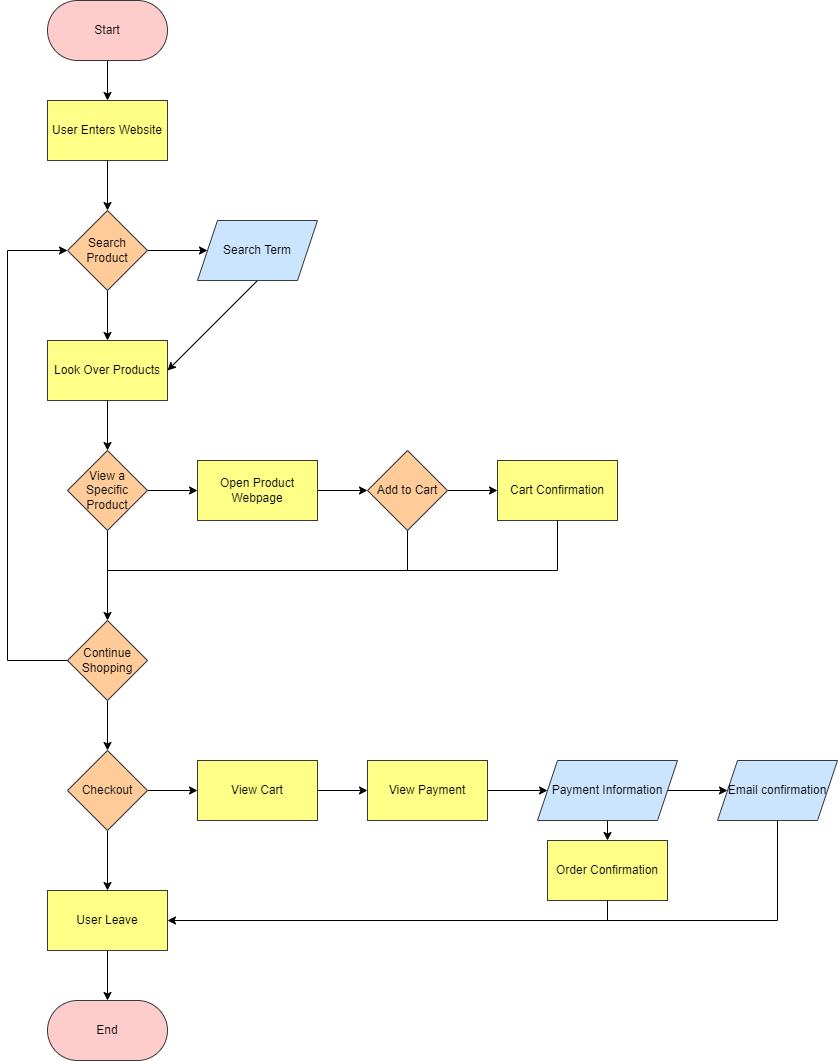
Above: explore/diagramming/diagram.drawio.png in Low3arth0rbit/sp23-cse110-lab4 (draw.io), before the change. Source tidied: cells renumbered, new cells last; positions are measured from the earlier drawing's top-left corner, leaving out a move shared by most shapes. Its diagram source:
```xml
<mxGraphModel>
  <root>
    <mxCell id="0" />
    <mxCell id="1" parent="0" />
    <mxCell id="2" style="edgeStyle=none;html=1;fontColor=#000000;" parent="1" edge="1" source="3" target="5">
      <mxGeometry relative="1" as="geometry" />
    </mxCell>
    <mxCell id="3" value="Start" style="rounded=1;whiteSpace=wrap;html=1;arcSize=50;fillColor=#ffcccc;strokeColor=#36393d;fontColor=#000000;" parent="1" vertex="1">
      <mxGeometry x="40" width="120" height="60" as="geometry" />
    </mxCell>
    <mxCell id="4" style="edgeStyle=none;html=1;exitX=0.5;exitY=1;exitDx=0;exitDy=0;entryX=0.5;entryY=0;entryDx=0;entryDy=0;fontColor=#000000;" parent="1" edge="1" source="5" target="10">
      <mxGeometry relative="1" as="geometry" />
    </mxCell>
    <mxCell id="5" value="User Enters Website" style="rounded=0;whiteSpace=wrap;html=1;fillColor=#ffff88;strokeColor=#36393d;fontColor=#000000;" parent="1" vertex="1">
      <mxGeometry x="40" y="100" width="120" height="60" as="geometry" />
    </mxCell>
    <mxCell id="6" style="edgeStyle=none;html=1;exitX=1;exitY=0.5;exitDx=0;exitDy=0;entryX=0;entryY=0.5;entryDx=0;entryDy=0;fontColor=#000000;" parent="1" edge="1" source="10" target="12">
      <mxGeometry relative="1" as="geometry" />
    </mxCell>
    <mxCell id="7" value="Yes" style="edgeLabel;html=1;align=center;verticalAlign=middle;fontColor=#FFFFFF;" parent="6" vertex="1">
      <mxGeometry x="-0.33" y="-2" relative="1" as="geometry">
        <mxPoint y="-12" as="offset" />
      </mxGeometry>
    </mxCell>
    <mxCell id="8" style="edgeStyle=none;html=1;exitX=0.5;exitY=1;exitDx=0;exitDy=0;entryX=0.5;entryY=0;entryDx=0;entryDy=0;fontColor=#000000;" parent="1" edge="1" source="10" target="14">
      <mxGeometry relative="1" as="geometry" />
    </mxCell>
    <mxCell id="9" value="No" style="edgeLabel;html=1;align=center;verticalAlign=middle;fontColor=#FFFFFF;" parent="8" vertex="1">
      <mxGeometry x="0.44" relative="1" as="geometry">
        <mxPoint x="10" y="-16" as="offset" />
      </mxGeometry>
    </mxCell>
    <mxCell id="10" value="Search Product" style="rhombus;whiteSpace=wrap;html=1;fillColor=#ffcc99;strokeColor=#36393d;fontColor=#000000;" parent="1" vertex="1">
      <mxGeometry x="60" y="210" width="80" height="80" as="geometry" />
    </mxCell>
    <mxCell id="11" style="edgeStyle=none;html=1;exitX=0.5;exitY=1;exitDx=0;exitDy=0;entryX=1;entryY=0.5;entryDx=0;entryDy=0;fontColor=#000000;" parent="1" edge="1" source="12" target="14">
      <mxGeometry relative="1" as="geometry" />
    </mxCell>
    <mxCell id="12" value="Search Term" style="shape=parallelogram;perimeter=parallelogramPerimeter;whiteSpace=wrap;html=1;fixedSize=1;fillColor=#cce5ff;strokeColor=#36393d;fontColor=#000000;" parent="1" vertex="1">
      <mxGeometry x="190" y="220" width="120" height="60" as="geometry" />
    </mxCell>
    <mxCell id="13" style="edgeStyle=none;html=1;exitX=0.5;exitY=1;exitDx=0;exitDy=0;entryX=0.5;entryY=0;entryDx=0;entryDy=0;fontColor=#000000;" parent="1" edge="1" source="14" target="19">
      <mxGeometry relative="1" as="geometry" />
    </mxCell>
    <mxCell id="14" value="Look Over Products" style="rounded=0;whiteSpace=wrap;html=1;fillColor=#ffff88;strokeColor=#36393d;fontColor=#000000;" parent="1" vertex="1">
      <mxGeometry x="40" y="340" width="120" height="60" as="geometry" />
    </mxCell>
    <mxCell id="15" style="edgeStyle=none;html=1;entryX=0;entryY=0.5;entryDx=0;entryDy=0;fontColor=#000000;" parent="1" edge="1" source="19" target="24">
      <mxGeometry relative="1" as="geometry" />
    </mxCell>
    <mxCell id="16" value="Yes" style="edgeLabel;html=1;align=center;verticalAlign=middle;fontColor=#FFFFFF;" parent="15" vertex="1">
      <mxGeometry x="0.44" relative="1" as="geometry">
        <mxPoint x="-16" y="-10" as="offset" />
      </mxGeometry>
    </mxCell>
    <mxCell id="17" style="edgeStyle=none;html=1;entryX=0.5;entryY=0;entryDx=0;entryDy=0;fontColor=#000000;" parent="1" edge="1" source="19" target="27">
      <mxGeometry relative="1" as="geometry" />
    </mxCell>
    <mxCell id="18" value="No" style="edgeLabel;html=1;align=center;verticalAlign=middle;fontColor=#FFFFFF;" parent="17" vertex="1">
      <mxGeometry x="0.48" relative="1" as="geometry">
        <mxPoint x="10" y="-17" as="offset" />
      </mxGeometry>
    </mxCell>
    <mxCell id="19" value="View a Specific Product" style="rhombus;whiteSpace=wrap;html=1;fillColor=#ffcc99;strokeColor=#36393d;fontColor=#000000;" parent="1" vertex="1">
      <mxGeometry x="60" y="450" width="80" height="80" as="geometry" />
    </mxCell>
    <mxCell id="20" style="edgeStyle=none;html=1;entryX=0;entryY=0.5;entryDx=0;entryDy=0;fontColor=#000000;" parent="1" edge="1" source="22" target="28">
      <mxGeometry relative="1" as="geometry" />
    </mxCell>
    <mxCell id="21" value="Yes" style="edgeLabel;html=1;align=center;verticalAlign=middle;fontColor=#FFFFFF;" parent="20" vertex="1">
      <mxGeometry x="0.44" y="-1" relative="1" as="geometry">
        <mxPoint x="-16" y="-11" as="offset" />
      </mxGeometry>
    </mxCell>
    <mxCell id="22" value="Add to Cart" style="rhombus;whiteSpace=wrap;html=1;fillColor=#ffcc99;strokeColor=#36393d;fontColor=#000000;" parent="1" vertex="1">
      <mxGeometry x="360" y="450" width="80" height="80" as="geometry" />
    </mxCell>
    <mxCell id="23" style="edgeStyle=none;html=1;entryX=0;entryY=0.5;entryDx=0;entryDy=0;fontColor=#000000;" parent="1" edge="1" source="24" target="22">
      <mxGeometry relative="1" as="geometry" />
    </mxCell>
    <mxCell id="24" value="Open Product Webpage" style="rounded=0;whiteSpace=wrap;html=1;fillColor=#ffff88;strokeColor=#36393d;fontColor=#000000;" parent="1" vertex="1">
      <mxGeometry x="190" y="460" width="120" height="60" as="geometry" />
    </mxCell>
    <mxCell id="25" style="edgeStyle=none;html=1;entryX=0.5;entryY=0;entryDx=0;entryDy=0;fontColor=#000000;" parent="1" edge="1" source="27" target="42">
      <mxGeometry relative="1" as="geometry" />
    </mxCell>
    <mxCell id="26" value="No" style="edgeLabel;html=1;align=center;verticalAlign=middle;fontColor=#FFFFFF;" parent="25" vertex="1">
      <mxGeometry x="-0.37" y="-1" relative="1" as="geometry">
        <mxPoint x="11" y="4" as="offset" />
      </mxGeometry>
    </mxCell>
    <mxCell id="27" value="Continue Shopping" style="rhombus;whiteSpace=wrap;html=1;fillColor=#ffcc99;strokeColor=#36393d;fontColor=#000000;" parent="1" vertex="1">
      <mxGeometry x="60" y="620" width="80" height="80" as="geometry" />
    </mxCell>
    <mxCell id="28" value="Cart Confirmation" style="rounded=0;whiteSpace=wrap;html=1;fillColor=#ffff88;strokeColor=#36393d;fontColor=#000000;" parent="1" vertex="1">
      <mxGeometry x="490" y="460" width="120" height="60" as="geometry" />
    </mxCell>
    <mxCell id="29" style="endArrow=none;html=1;fontColor=#000000;" parent="1" edge="1">
      <mxGeometry relative="1" as="geometry">
        <mxPoint x="400" y="570" as="sourcePoint" />
        <mxPoint x="400" y="530" as="targetPoint" />
      </mxGeometry>
    </mxCell>
    <mxCell id="30" value="No&lt;br&gt;" style="edgeLabel;html=1;align=center;verticalAlign=middle;fontColor=#FFFFFF;" parent="29" vertex="1">
      <mxGeometry x="-0.5" relative="1" as="geometry">
        <mxPoint x="10" y="-10" as="offset" />
      </mxGeometry>
    </mxCell>
    <mxCell id="31" style="endArrow=none;html=1;fontColor=#000000;" parent="1" edge="1">
      <mxGeometry relative="1" as="geometry">
        <mxPoint x="100" y="570" as="sourcePoint" />
        <mxPoint x="400" y="570" as="targetPoint" />
      </mxGeometry>
    </mxCell>
    <mxCell id="32" style="endArrow=none;html=1;entryX=0.5;entryY=1;entryDx=0;entryDy=0;fontColor=#000000;" parent="1" edge="1" target="28">
      <mxGeometry relative="1" as="geometry">
        <mxPoint x="550" y="570" as="sourcePoint" />
      </mxGeometry>
    </mxCell>
    <mxCell id="33" style="endArrow=none;html=1;fontColor=#000000;" parent="1" edge="1">
      <mxGeometry relative="1" as="geometry">
        <mxPoint x="400" y="570" as="sourcePoint" />
        <mxPoint x="550" y="570" as="targetPoint" />
      </mxGeometry>
    </mxCell>
    <mxCell id="34" style="endArrow=none;html=1;entryX=0;entryY=0.5;entryDx=0;entryDy=0;fontColor=#000000;" parent="1" edge="1" target="27">
      <mxGeometry relative="1" as="geometry">
        <mxPoint y="660" as="sourcePoint" />
      </mxGeometry>
    </mxCell>
    <mxCell id="35" value="Yes" style="edgeLabel;html=1;align=center;verticalAlign=middle;fontColor=#FFFFFF;" parent="34" vertex="1">
      <mxGeometry x="0.6" y="2" relative="1" as="geometry">
        <mxPoint x="-18" y="-8" as="offset" />
      </mxGeometry>
    </mxCell>
    <mxCell id="36" style="endArrow=none;html=1;fontColor=#000000;" parent="1" edge="1">
      <mxGeometry relative="1" as="geometry">
        <mxPoint y="660" as="sourcePoint" />
        <mxPoint y="250" as="targetPoint" />
      </mxGeometry>
    </mxCell>
    <mxCell id="37" style="endArrow=classic;html=1;entryX=0;entryY=0.5;entryDx=0;entryDy=0;fontColor=#000000;" parent="1" edge="1" target="10">
      <mxGeometry relative="1" as="geometry">
        <mxPoint y="250" as="sourcePoint" />
      </mxGeometry>
    </mxCell>
    <mxCell id="38" style="edgeStyle=none;html=1;entryX=0.5;entryY=0;entryDx=0;entryDy=0;fontColor=#000000;" parent="1" edge="1" source="42" target="44">
      <mxGeometry relative="1" as="geometry" />
    </mxCell>
    <mxCell id="39" value="No" style="edgeLabel;html=1;align=center;verticalAlign=middle;fontColor=#FFFFFF;" parent="38" vertex="1">
      <mxGeometry x="0.4" y="2" relative="1" as="geometry">
        <mxPoint x="8" y="-15" as="offset" />
      </mxGeometry>
    </mxCell>
    <mxCell id="40" style="edgeStyle=none;html=1;exitX=1;exitY=0.5;exitDx=0;exitDy=0;entryX=0;entryY=0.5;entryDx=0;entryDy=0;fontColor=#000000;" parent="1" edge="1" source="42" target="47">
      <mxGeometry relative="1" as="geometry" />
    </mxCell>
    <mxCell id="41" value="Yes" style="edgeLabel;html=1;align=center;verticalAlign=middle;fontColor=#FFFFFF;" parent="40" vertex="1">
      <mxGeometry x="0.4" y="-1" relative="1" as="geometry">
        <mxPoint x="-15" y="-11" as="offset" />
      </mxGeometry>
    </mxCell>
    <mxCell id="42" value="Checkout" style="rhombus;whiteSpace=wrap;html=1;fillColor=#ffcc99;strokeColor=#36393d;fontColor=#000000;" parent="1" vertex="1">
      <mxGeometry x="60" y="750" width="80" height="80" as="geometry" />
    </mxCell>
    <mxCell id="43" style="edgeStyle=none;html=1;exitX=0.5;exitY=1;exitDx=0;exitDy=0;fontColor=#000000;" parent="1" edge="1" source="44" target="45">
      <mxGeometry relative="1" as="geometry" />
    </mxCell>
    <mxCell id="44" value="User Leave" style="rounded=0;whiteSpace=wrap;html=1;fillColor=#ffff88;strokeColor=#36393d;fontColor=#000000;" parent="1" vertex="1">
      <mxGeometry x="40" y="890" width="120" height="60" as="geometry" />
    </mxCell>
    <mxCell id="45" value="End" style="rounded=1;whiteSpace=wrap;html=1;arcSize=50;fillColor=#ffcccc;strokeColor=#36393d;fontColor=#000000;" parent="1" vertex="1">
      <mxGeometry x="40" y="1000" width="120" height="60" as="geometry" />
    </mxCell>
    <mxCell id="46" style="edgeStyle=none;html=1;entryX=0;entryY=0.5;entryDx=0;entryDy=0;fontColor=#000000;" parent="1" edge="1" source="47" target="49">
      <mxGeometry relative="1" as="geometry" />
    </mxCell>
    <mxCell id="47" value="View Cart" style="rounded=0;whiteSpace=wrap;html=1;fillColor=#ffff88;strokeColor=#36393d;fontColor=#000000;" parent="1" vertex="1">
      <mxGeometry x="190" y="760" width="120" height="60" as="geometry" />
    </mxCell>
    <mxCell id="48" style="edgeStyle=none;html=1;entryX=0;entryY=0.5;entryDx=0;entryDy=0;fontColor=#000000;" parent="1" edge="1" source="49" target="52">
      <mxGeometry relative="1" as="geometry" />
    </mxCell>
    <mxCell id="49" value="View Payment" style="rounded=0;whiteSpace=wrap;html=1;fillColor=#ffff88;strokeColor=#36393d;fontColor=#000000;" parent="1" vertex="1">
      <mxGeometry x="360" y="760" width="120" height="60" as="geometry" />
    </mxCell>
    <mxCell id="50" style="edgeStyle=none;html=1;entryX=0.5;entryY=0;entryDx=0;entryDy=0;fontColor=#000000;" parent="1" edge="1" target="53">
      <mxGeometry relative="1" as="geometry">
        <mxPoint x="600" y="820" as="sourcePoint" />
      </mxGeometry>
    </mxCell>
    <mxCell id="51" style="edgeStyle=none;html=1;entryX=0;entryY=0.5;entryDx=0;entryDy=0;fontColor=#000000;" parent="1" edge="1" source="52" target="54">
      <mxGeometry relative="1" as="geometry" />
    </mxCell>
    <mxCell id="52" value="Payment Information" style="shape=parallelogram;perimeter=parallelogramPerimeter;whiteSpace=wrap;html=1;fixedSize=1;fillColor=#cce5ff;strokeColor=#36393d;fontColor=#000000;" parent="1" vertex="1">
      <mxGeometry x="530" y="760" width="140" height="60" as="geometry" />
    </mxCell>
    <mxCell id="53" value="Order Confirmation" style="rounded=0;whiteSpace=wrap;html=1;fillColor=#ffff88;strokeColor=#36393d;fontColor=#000000;" parent="1" vertex="1">
      <mxGeometry x="540" y="840" width="120" height="60" as="geometry" />
    </mxCell>
    <mxCell id="54" value="Email confirmation" style="shape=parallelogram;perimeter=parallelogramPerimeter;whiteSpace=wrap;html=1;fixedSize=1;fillColor=#cce5ff;strokeColor=#36393d;fontColor=#000000;" parent="1" vertex="1">
      <mxGeometry x="710" y="760" width="120" height="60" as="geometry" />
    </mxCell>
    <mxCell id="55" style="endArrow=none;html=1;entryX=0.5;entryY=1;entryDx=0;entryDy=0;fontColor=#000000;" parent="1" edge="1" target="54">
      <mxGeometry relative="1" as="geometry">
        <mxPoint x="770" y="920" as="sourcePoint" />
      </mxGeometry>
    </mxCell>
    <mxCell id="56" style="endArrow=none;html=1;entryX=0.5;entryY=1;entryDx=0;entryDy=0;fontColor=#000000;" parent="1" edge="1" target="53">
      <mxGeometry relative="1" as="geometry">
        <mxPoint x="600" y="920" as="sourcePoint" />
      </mxGeometry>
    </mxCell>
    <mxCell id="57" style="endArrow=classic;html=1;entryX=1;entryY=0.5;entryDx=0;entryDy=0;fontColor=#000000;" parent="1" edge="1" target="44">
      <mxGeometry relative="1" as="geometry">
        <mxPoint x="770" y="920" as="sourcePoint" />
      </mxGeometry>
    </mxCell>
  </root>
</mxGraphModel>
```
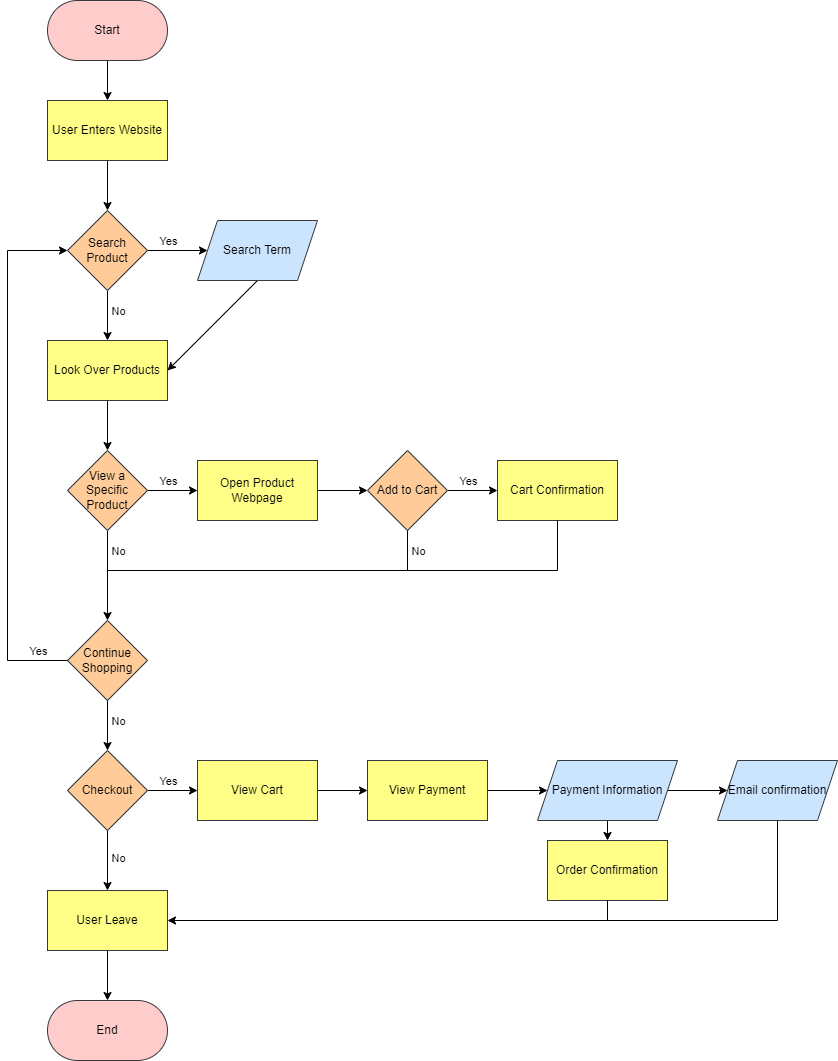
After the commit.

Commit message:
changed text color so that it can be seen

Change to the diagram source:
```diff
@@ -22,6 +22,11 @@
         <mxPoint y="-12" as="offset" />
       </mxGeometry>
     </mxCell>
+    <mxCell id="58" value="Yes" style="edgeLabel;html=1;align=center;verticalAlign=middle;fontColor=#000000;" parent="6" vertex="1">
+      <mxGeometry x="-0.33" y="-2" relative="1" as="geometry">
+        <mxPoint y="-12" as="offset" />
+      </mxGeometry>
+    </mxCell>
     <mxCell id="8" style="edgeStyle=none;html=1;exitX=0.5;exitY=1;exitDx=0;exitDy=0;entryX=0.5;entryY=0;entryDx=0;entryDy=0;fontColor=#000000;" parent="1" edge="1" source="10" target="14">
       <mxGeometry relative="1" as="geometry" />
     </mxCell>
@@ -30,6 +35,11 @@
         <mxPoint x="10" y="-16" as="offset" />
       </mxGeometry>
     </mxCell>
+    <mxCell id="59" value="No" style="edgeLabel;html=1;align=center;verticalAlign=middle;fontColor=#000000;" parent="8" vertex="1">
+      <mxGeometry x="0.44" relative="1" as="geometry">
+        <mxPoint x="10" y="-16" as="offset" />
+      </mxGeometry>
+    </mxCell>
     <mxCell id="10" value="Search Product" style="rhombus;whiteSpace=wrap;html=1;fillColor=#ffcc99;strokeColor=#36393d;fontColor=#000000;" parent="1" vertex="1">
       <mxGeometry x="60" y="210" width="80" height="80" as="geometry" />
     </mxCell>
@@ -53,14 +63,24 @@
         <mxPoint x="-16" y="-10" as="offset" />
       </mxGeometry>
     </mxCell>
+    <mxCell id="60" value="Yes" style="edgeLabel;html=1;align=center;verticalAlign=middle;fontColor=#000000;" parent="15" vertex="1">
+      <mxGeometry x="0.44" relative="1" as="geometry">
+        <mxPoint x="-16" y="-10" as="offset" />
+      </mxGeometry>
+    </mxCell>
     <mxCell id="17" style="edgeStyle=none;html=1;entryX=0.5;entryY=0;entryDx=0;entryDy=0;fontColor=#000000;" parent="1" edge="1" source="19" target="27">
       <mxGeometry relative="1" as="geometry" />
     </mxCell>
     <mxCell id="18" value="No" style="edgeLabel;html=1;align=center;verticalAlign=middle;fontColor=#FFFFFF;" parent="17" vertex="1">
       <mxGeometry x="0.48" relative="1" as="geometry">
-        <mxPoint x="10" y="-17" as="offset" />
+        <mxPoint x="10" y="-47" as="offset" />
       </mxGeometry>
     </mxCell>
+    <mxCell id="61" value="No" style="edgeLabel;html=1;align=center;verticalAlign=middle;fontColor=#000000;" parent="17" vertex="1">
+      <mxGeometry x="0.48" relative="1" as="geometry">
+        <mxPoint x="10" y="-47" as="offset" />
+      </mxGeometry>
+    </mxCell>
     <mxCell id="19" value="View a Specific Product" style="rhombus;whiteSpace=wrap;html=1;fillColor=#ffcc99;strokeColor=#36393d;fontColor=#000000;" parent="1" vertex="1">
       <mxGeometry x="60" y="450" width="80" height="80" as="geometry" />
     </mxCell>
@@ -72,6 +92,11 @@
         <mxPoint x="-16" y="-11" as="offset" />
       </mxGeometry>
     </mxCell>
+    <mxCell id="62" value="Yes" style="edgeLabel;html=1;align=center;verticalAlign=middle;fontColor=#000000;" parent="20" vertex="1">
+      <mxGeometry x="0.44" y="-1" relative="1" as="geometry">
+        <mxPoint x="-16" y="-11" as="offset" />
+      </mxGeometry>
+    </mxCell>
     <mxCell id="22" value="Add to Cart" style="rhombus;whiteSpace=wrap;html=1;fillColor=#ffcc99;strokeColor=#36393d;fontColor=#000000;" parent="1" vertex="1">
       <mxGeometry x="360" y="450" width="80" height="80" as="geometry" />
     </mxCell>
@@ -89,6 +114,11 @@
         <mxPoint x="11" y="4" as="offset" />
       </mxGeometry>
     </mxCell>
+    <mxCell id="63" value="No" style="edgeLabel;html=1;align=center;verticalAlign=middle;fontColor=#000000;" parent="25" vertex="1">
+      <mxGeometry x="-0.37" y="-1" relative="1" as="geometry">
+        <mxPoint x="11" y="4" as="offset" />
+      </mxGeometry>
+    </mxCell>
     <mxCell id="27" value="Continue Shopping" style="rhombus;whiteSpace=wrap;html=1;fillColor=#ffcc99;strokeColor=#36393d;fontColor=#000000;" parent="1" vertex="1">
       <mxGeometry x="60" y="620" width="80" height="80" as="geometry" />
     </mxCell>
@@ -106,6 +136,11 @@
         <mxPoint x="10" y="-10" as="offset" />
       </mxGeometry>
     </mxCell>
+    <mxCell id="64" value="No&lt;br&gt;" style="edgeLabel;html=1;align=center;verticalAlign=middle;fontColor=#000000;" parent="29" vertex="1">
+      <mxGeometry x="-0.5" relative="1" as="geometry">
+        <mxPoint x="10" y="-10" as="offset" />
+      </mxGeometry>
+    </mxCell>
     <mxCell id="31" style="endArrow=none;html=1;fontColor=#000000;" parent="1" edge="1">
       <mxGeometry relative="1" as="geometry">
         <mxPoint x="100" y="570" as="sourcePoint" />
@@ -133,6 +168,11 @@
         <mxPoint x="-18" y="-8" as="offset" />
       </mxGeometry>
     </mxCell>
+    <mxCell id="65" value="Yes" style="edgeLabel;html=1;align=center;verticalAlign=middle;fontColor=#000000;" parent="34" vertex="1">
+      <mxGeometry x="0.6" y="2" relative="1" as="geometry">
+        <mxPoint x="-18" y="-8" as="offset" />
+      </mxGeometry>
+    </mxCell>
     <mxCell id="36" style="endArrow=none;html=1;fontColor=#000000;" parent="1" edge="1">
       <mxGeometry relative="1" as="geometry">
         <mxPoint y="660" as="sourcePoint" />
@@ -147,7 +187,7 @@
     <mxCell id="38" style="edgeStyle=none;html=1;entryX=0.5;entryY=0;entryDx=0;entryDy=0;fontColor=#000000;" parent="1" edge="1" source="42" target="44">
       <mxGeometry relative="1" as="geometry" />
     </mxCell>
-    <mxCell id="39" value="No" style="edgeLabel;html=1;align=center;verticalAlign=middle;fontColor=#FFFFFF;" parent="38" vertex="1">
+    <mxCell id="39" value="No" style="edgeLabel;html=1;align=center;verticalAlign=middle;fontColor=#000000;" parent="38" vertex="1">
       <mxGeometry x="0.4" y="2" relative="1" as="geometry">
         <mxPoint x="8" y="-15" as="offset" />
       </mxGeometry>
@@ -155,7 +195,7 @@
     <mxCell id="40" style="edgeStyle=none;html=1;exitX=1;exitY=0.5;exitDx=0;exitDy=0;entryX=0;entryY=0.5;entryDx=0;entryDy=0;fontColor=#000000;" parent="1" edge="1" source="42" target="47">
       <mxGeometry relative="1" as="geometry" />
     </mxCell>
-    <mxCell id="41" value="Yes" style="edgeLabel;html=1;align=center;verticalAlign=middle;fontColor=#FFFFFF;" parent="40" vertex="1">
+    <mxCell id="41" value="Yes" style="edgeLabel;html=1;align=center;verticalAlign=middle;fontColor=#000000;" parent="40" vertex="1">
       <mxGeometry x="0.4" y="-1" relative="1" as="geometry">
         <mxPoint x="-15" y="-11" as="offset" />
       </mxGeometry>
```
